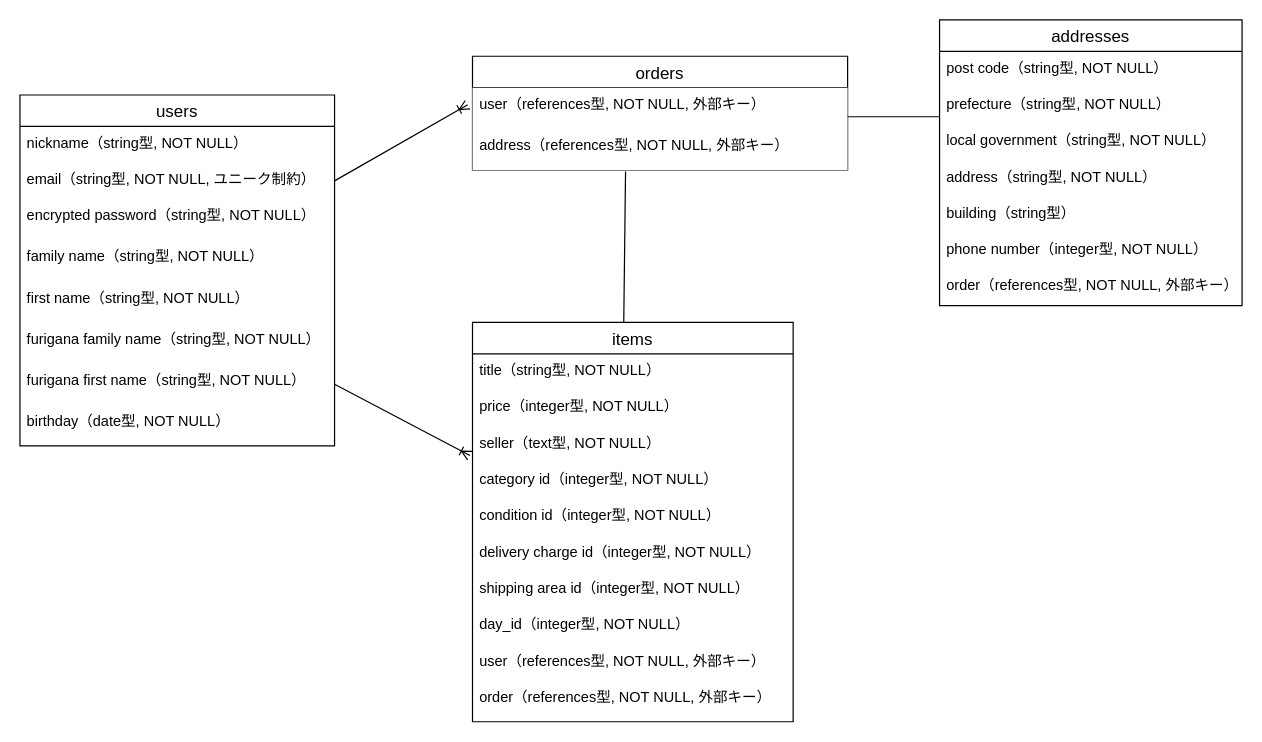
This is furima.dio from JamesCroissant/furima-37331, a draw.io file, before an edit. Source tidied: cells renumbered, new cells numbered last; positions are measured from the earlier drawing's top-left corner, leaving out a move shared by most shapes. Both pictures are drawn from the tidied source at 121%, with x=0, y=0 at pixel (19, 19).
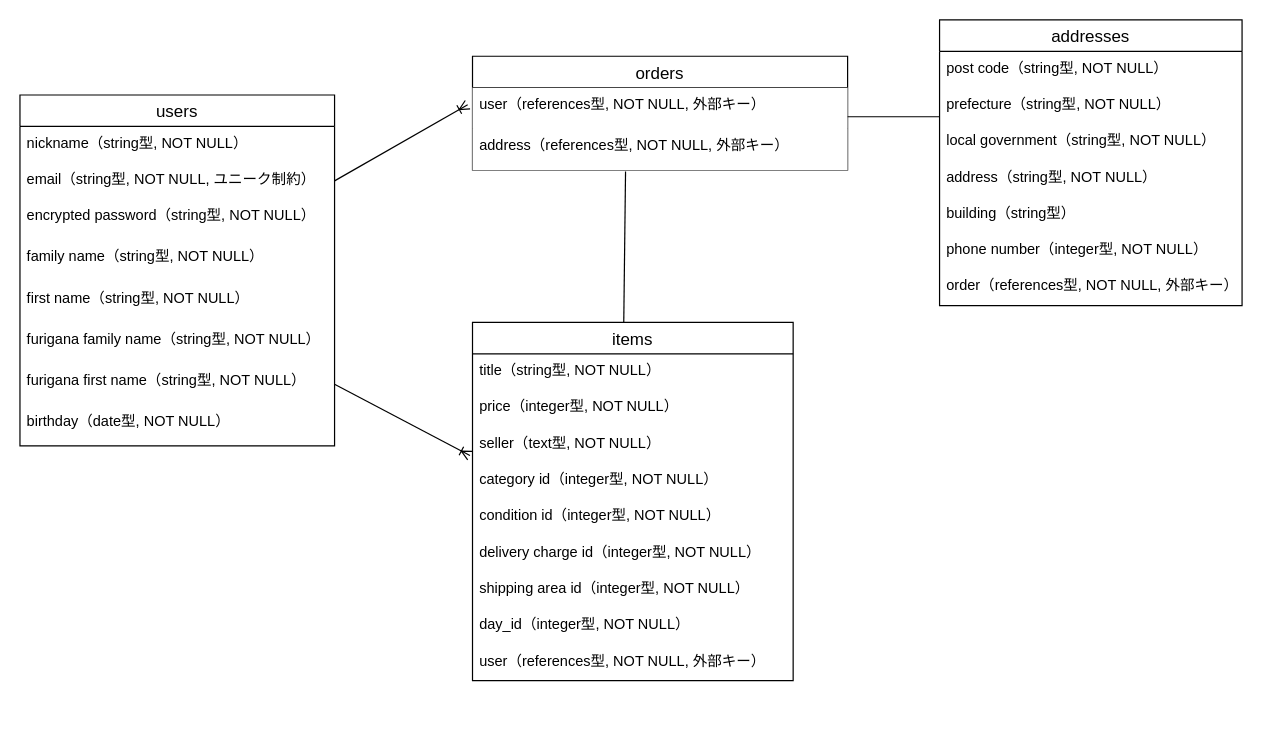
After the change.

Commit message:
ER図修正（itemテーブルの外部キー製薬に関して）

What changed in the source:
```diff
@@
     <mxCell id="11" value="items" style="swimlane;fontStyle=0;horizontal=1;startSize=26;align=center;fontSize=14;" parent="1" vertex="1">
-      <mxGeometry x="374" y="250" width="265" height="330" as="geometry" />
+      <mxGeometry x="374" y="250" width="265" height="296" as="geometry" />
     </mxCell>
@@
-    <mxCell id="21" value="order（references型, NOT NULL, 外部キー）" style="text;strokeColor=none;fillColor=none;spacingLeft=4;spacingRight=4;overflow=hidden;fontSize=12;" parent="11" vertex="1">
-      <mxGeometry y="296" width="265" height="34" as="geometry" />
-    </mxCell>
```
